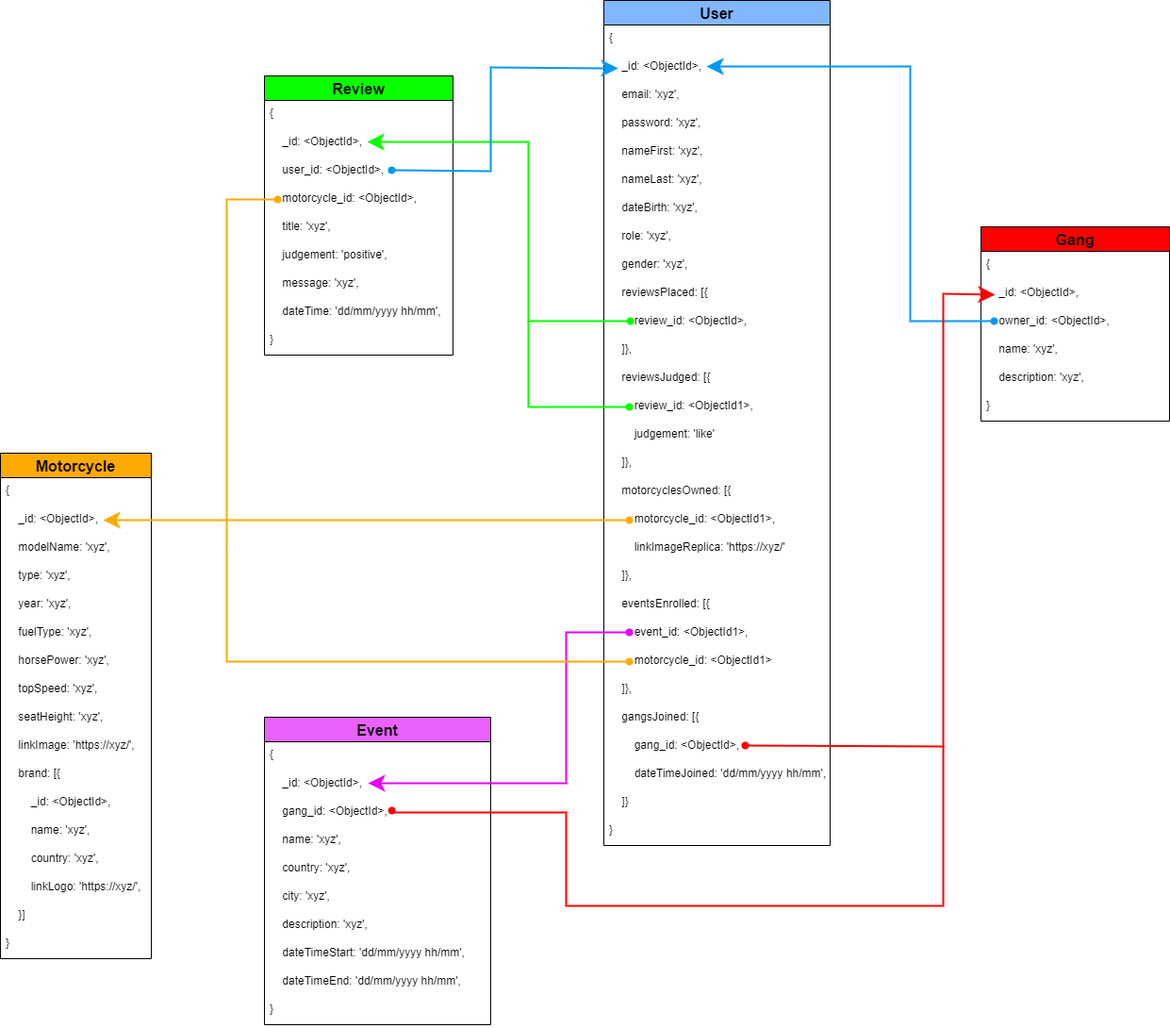
The draw.io diagram apps/motard-angular/src/assets/documentmodel.png in AliBikini/cswf-abiyikli-23, before a commit. Source tidied: cells renumbered, new cells last; positions are measured from the earlier drawing's top-left corner, leaving out a move shared by most shapes.
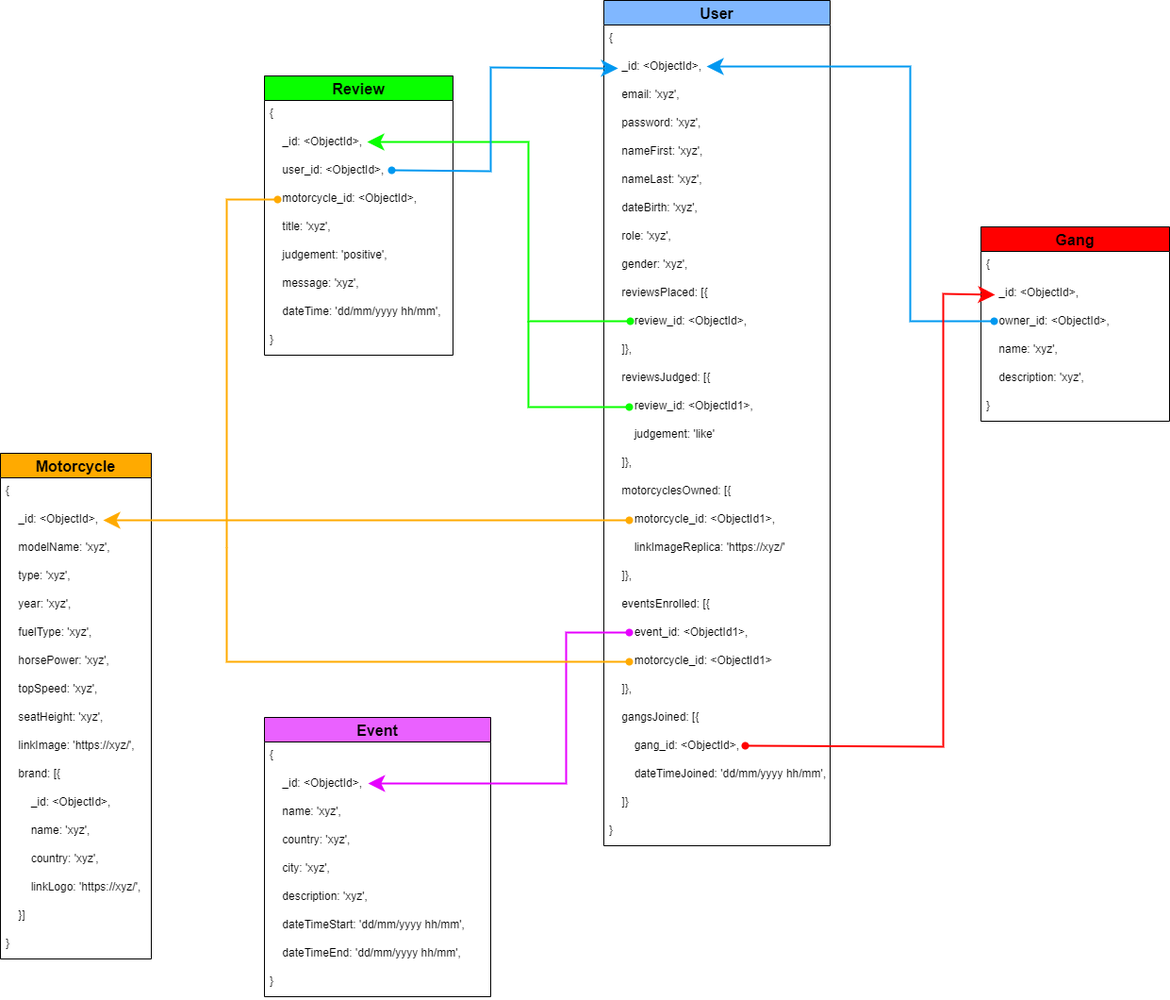
Later version of the same file.

What changed in the source:
```diff
@@ -177,7 +177,7 @@
       <mxGeometry y="266" width="200" height="30" as="geometry" />
     </mxCell>
     <mxCell id="60" value="Event" style="swimlane;fontStyle=1;horizontal=1;startSize=26;align=center;fontSize=16;rounded=0;swimlaneFillColor=#ffffff;fillColor=#EA61FF;" parent="1" vertex="1">
-      <mxGeometry x="280" y="760" width="240" height="326" as="geometry" />
+      <mxGeometry x="280" y="760" width="240" height="296" as="geometry" />
     </mxCell>
     <mxCell id="61" value="{" style="text;strokeColor=none;fillColor=none;spacingLeft=4;spacingRight=4;overflow=hidden;fontSize=12;" parent="60" vertex="1">
       <mxGeometry y="26" width="240" height="30" as="geometry" />
@@ -185,29 +185,26 @@
     <mxCell id="62" value="    _id: &lt;ObjectId&gt;," style="text;strokeColor=none;fillColor=none;spacingLeft=4;spacingRight=4;overflow=hidden;points=[[0,0.5],[1,0.5]];portConstraint=eastwest;fontSize=12;" parent="60" vertex="1">
       <mxGeometry y="56" width="240" height="30" as="geometry" />
     </mxCell>
-    <mxCell id="63" value="    gang_id: &lt;ObjectId&gt;," style="text;strokeColor=none;fillColor=none;spacingLeft=4;spacingRight=4;overflow=hidden;points=[[0,0.5],[1,0.5]];portConstraint=eastwest;fontSize=12;" parent="60" vertex="1">
-      <mxGeometry y="86" width="240" height="30" as="geometry" />
-    </mxCell>
     <mxCell id="64" value="    name: 'xyz'," style="text;strokeColor=none;fillColor=none;spacingLeft=4;spacingRight=4;overflow=hidden;fontSize=12;" parent="60" vertex="1">
-      <mxGeometry y="116" width="240" height="30" as="geometry" />
+      <mxGeometry y="86" width="240" height="30" as="geometry" />
     </mxCell>
     <mxCell id="65" value="    country: 'xyz'," style="text;strokeColor=none;fillColor=none;spacingLeft=4;spacingRight=4;overflow=hidden;fontSize=12;" parent="60" vertex="1">
-      <mxGeometry y="146" width="240" height="30" as="geometry" />
+      <mxGeometry y="116" width="240" height="30" as="geometry" />
     </mxCell>
     <mxCell id="66" value="    city: 'xyz'," style="text;strokeColor=none;fillColor=none;spacingLeft=4;spacingRight=4;overflow=hidden;fontSize=12;" parent="60" vertex="1">
-      <mxGeometry y="176" width="240" height="30" as="geometry" />
+      <mxGeometry y="146" width="240" height="30" as="geometry" />
     </mxCell>
     <mxCell id="67" value="    description: 'xyz'," style="text;strokeColor=none;fillColor=none;spacingLeft=4;spacingRight=4;overflow=hidden;fontSize=12;" parent="60" vertex="1">
-      <mxGeometry y="206" width="240" height="30" as="geometry" />
+      <mxGeometry y="176" width="240" height="30" as="geometry" />
     </mxCell>
     <mxCell id="68" value="    dateTimeStart: 'dd/mm/yyyy hh/mm'," style="text;strokeColor=none;fillColor=none;spacingLeft=4;spacingRight=4;overflow=hidden;fontSize=12;" parent="60" vertex="1">
-      <mxGeometry y="236" width="240" height="30" as="geometry" />
+      <mxGeometry y="206" width="240" height="30" as="geometry" />
     </mxCell>
     <mxCell id="69" value="    dateTimeEnd: 'dd/mm/yyyy hh/mm'," style="text;strokeColor=none;fillColor=none;spacingLeft=4;spacingRight=4;overflow=hidden;fontSize=12;" parent="60" vertex="1">
-      <mxGeometry y="266" width="240" height="30" as="geometry" />
+      <mxGeometry y="236" width="240" height="30" as="geometry" />
     </mxCell>
     <mxCell id="70" value="}" style="text;strokeColor=none;fillColor=none;spacingLeft=4;spacingRight=4;overflow=hidden;fontSize=12;" parent="60" vertex="1">
-      <mxGeometry y="296" width="240" height="30" as="geometry" />
+      <mxGeometry y="266" width="240" height="30" as="geometry" />
     </mxCell>
     <mxCell id="71" value="Gang" style="swimlane;fontStyle=1;horizontal=1;startSize=26;align=center;fontSize=16;rounded=0;swimlaneFillColor=#ffffff;fillColor=#FF0000;" parent="1" vertex="1">
       <mxGeometry x="1040" y="240" width="200" height="206" as="geometry" />
@@ -293,16 +290,5 @@
         </Array>
       </mxGeometry>
     </mxCell>
-    <mxCell id="87" style="edgeStyle=orthogonalEdgeStyle;rounded=0;jettySize=auto;html=1;startArrow=oval;startFill=1;endArrow=none;endFill=0;endSize=14;strokeWidth=2;fontSize=16;exitX=0.563;exitY=0.433;exitDx=0;exitDy=0;exitPerimeter=0;strokeColor=#FF0000;" parent="1" edge="1" source="63">
-      <mxGeometry relative="1" as="geometry">
-        <mxPoint x="1000" y="790" as="targetPoint" />
-        <Array as="points">
-          <mxPoint x="415" y="861" />
-          <mxPoint x="600" y="861" />
-          <mxPoint x="600" y="960" />
-          <mxPoint x="1000" y="960" />
-        </Array>
-      </mxGeometry>
-    </mxCell>
   </root>
 </mxGraphModel>
```
